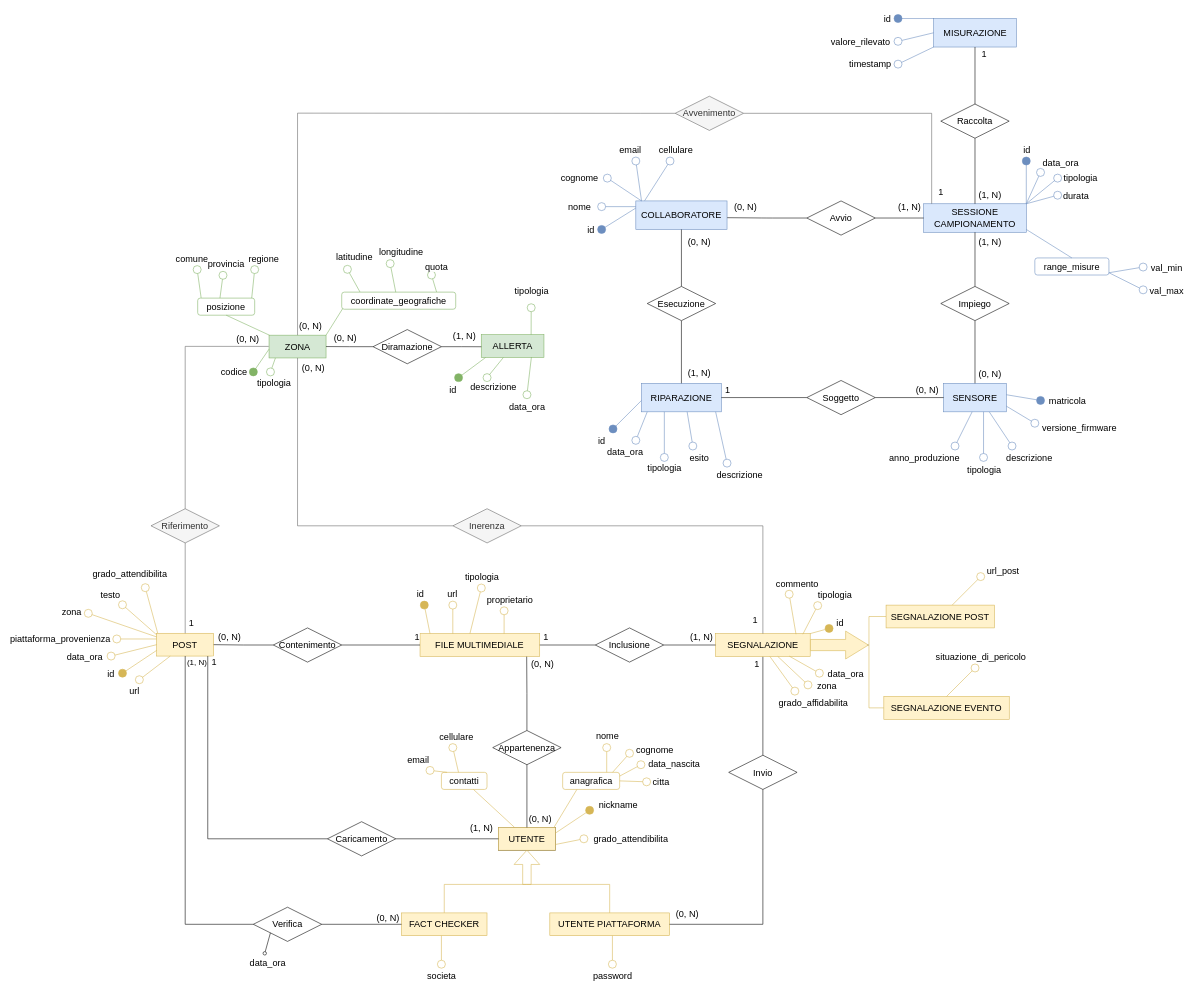
Earlier version of the draw.io diagram page "Diagramma completo" (7 of 7) of diagramma-er.drawio (faffolao/ProgettoBD2022). Source tidied: cells renumbered, new cells numbered last; positions are measured from the earlier drawing's top-left corner, leaving out a move shared by most shapes. Both pictures are drawn from the tidied source at 57%, with x=0, y=0 at pixel (88, 18).
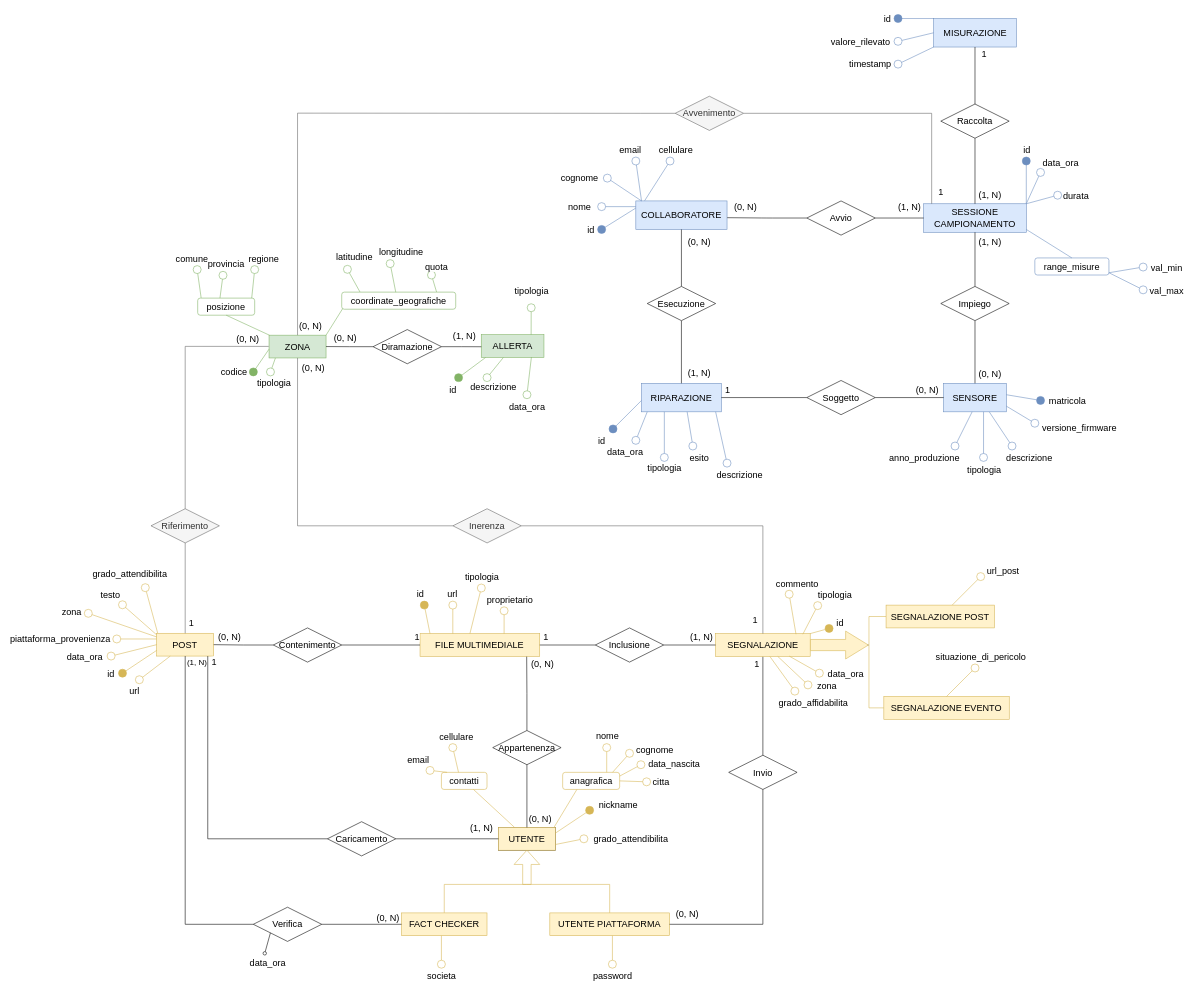
The same diagram, later.

Commit message (it also covers changes not shown here):
rimosso tipologia dalla sessione di campionamento

The change refers to these unchanged cells:
```xml
<mxCell id="43" value="SESSIONE CAMPIONAMENTO" style="whiteSpace=wrap;html=1;align=center;fontSize=16;fillColor=#dae8fc;strokeColor=#6c8ebf;" parent="1" vertex="1">
  <mxGeometry x="1466" y="325" width="180" height="50" as="geometry" />
</mxCell>
```

The edit, as a diff of the source:
```diff
@@
-    <mxCell id="53" style="endArrow=oval;html=1;strokeColor=#6c8ebf;strokeWidth=1;fontSize=12;startSize=14;endSize=14;endFill=0;fillColor=#dae8fc;exitX=1;exitY=0;exitDx=0;exitDy=0;" parent="1" edge="1" source="43">
-      <mxGeometry relative="1" as="geometry">
-        <mxPoint x="1701" y="280" as="targetPoint" />
-      </mxGeometry>
-    </mxCell>
-    <mxCell id="54" value="tipologia" style="edgeLabel;html=1;align=center;verticalAlign=middle;fontSize=16;" parent="53" vertex="1">
-      <mxGeometry x="0.34" y="-1" relative="1" as="geometry">
-        <mxPoint x="57" y="-16" as="offset" />
-      </mxGeometry>
-    </mxCell>
```
